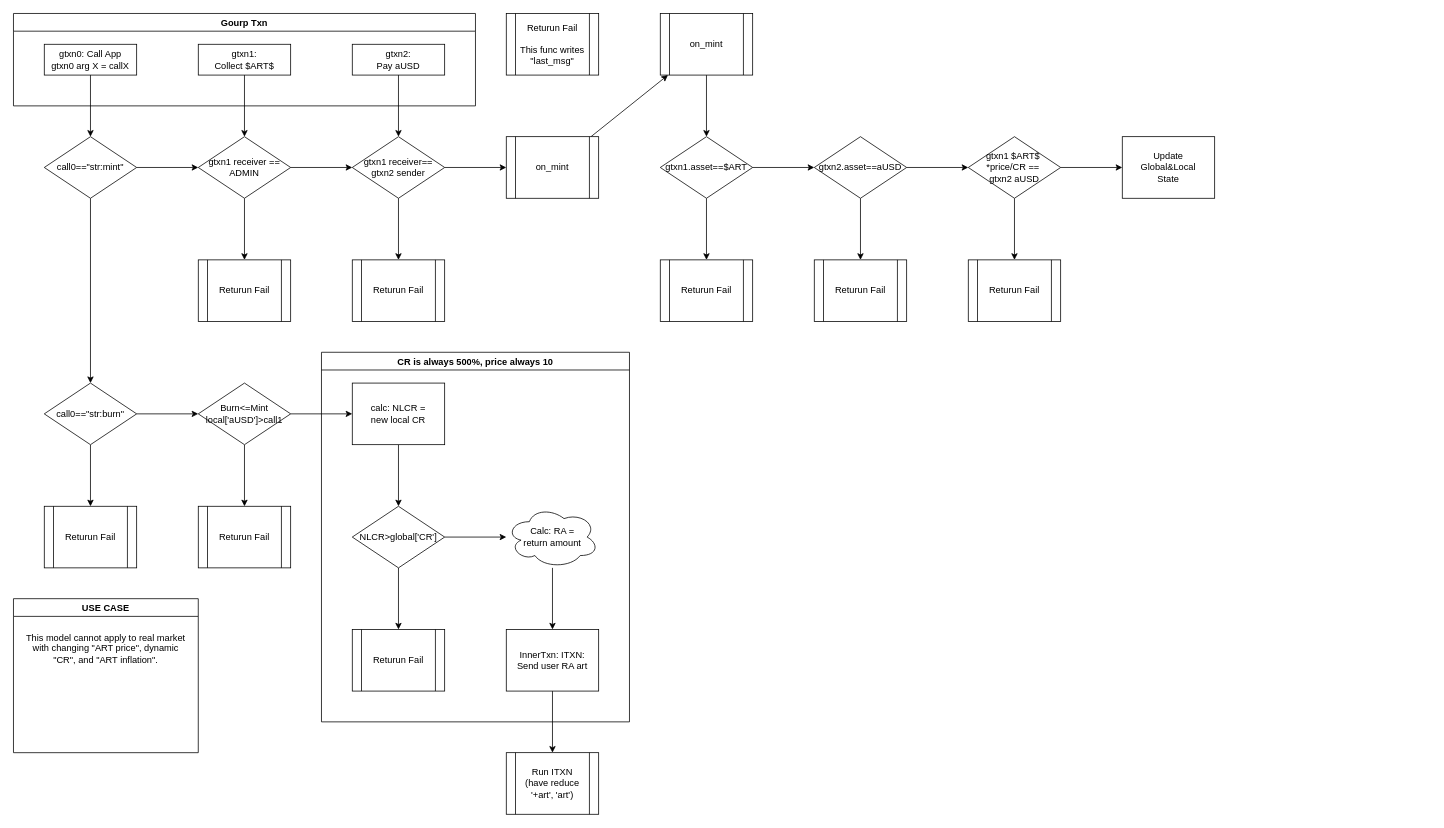
Above: docs/algorand-art-mint-SC.drawio in Artcoin-Network/artificial-algorand-contract (draw.io), before the change. Source tidied: cells renumbered, new cells numbered last; positions are measured from the earlier drawing's top-left corner, leaving out a move shared by most shapes. Both pictures are drawn from the tidied source at 77%, with x=0, y=0 at pixel (13, 13).
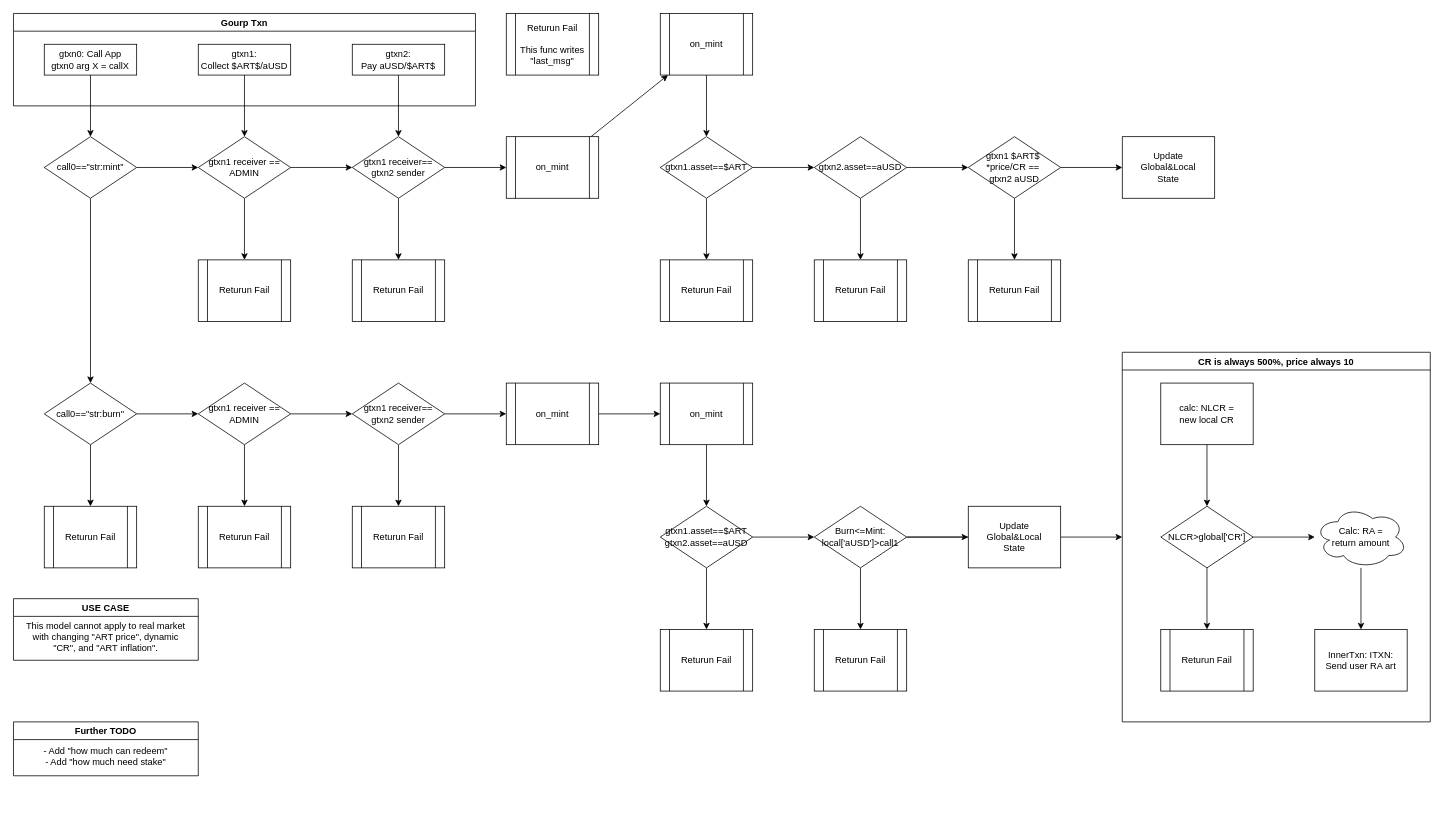
The same page after the edit.

Commit message (it also covers changes not shown here):
feat,test: finish burn functionality with test

Unchanged cells that the change refers to:
```xml
<mxCell id="2" value="Gourp Txn" style="swimlane;" parent="1" vertex="1">
  <mxGeometry width="600" height="120" as="geometry" />
</mxCell>
<mxCell id="12" value="call0==&quot;str:burn&quot;" style="rhombus;whiteSpace=wrap;html=1;" parent="1" vertex="1">
  <mxGeometry x="40" y="480" width="120" height="80" as="geometry" />
</mxCell>
```

The edit, as a diff of the source:
```diff
@@
-    <mxCell id="4" value="gtxn1:&lt;br&gt;Collect $ART$" style="rounded=0;whiteSpace=wrap;html=1;" parent="2" vertex="1">
+    <mxCell id="4" value="gtxn1:&lt;br&gt;Collect $ART$/aUSD" style="rounded=0;whiteSpace=wrap;html=1;" parent="2" vertex="1">
       <mxGeometry x="240" y="40" width="120" height="40" as="geometry" />
     </mxCell>
-    <mxCell id="5" value="gtxn2:&lt;br&gt;Pay aUSD" style="rounded=0;whiteSpace=wrap;html=1;" parent="2" vertex="1">
+    <mxCell id="5" value="gtxn2:&lt;br&gt;Pay aUSD/$ART$" style="rounded=0;whiteSpace=wrap;html=1;" parent="2" vertex="1">
       <mxGeometry x="440" y="40" width="120" height="40" as="geometry" />
     </mxCell>
@@
-    <mxCell id="10" style="edgeStyle=none;html=1;" parent="1" edge="1" source="12" target="16">
+    <mxCell id="10" style="edgeStyle=none;html=1;" parent="1" edge="1" source="12" target="67">
       <mxGeometry relative="1" as="geometry" />
     </mxCell>
@@
-    <mxCell id="14" style="edgeStyle=none;html=1;" parent="1" edge="1" source="16" target="28">
-      <mxGeometry relative="1" as="geometry" />
-    </mxCell>
@@
+    <mxCell id="60" style="edgeStyle=none;html=1;startArrow=none;" parent="1" edge="1" source="79" target="32">
+      <mxGeometry relative="1" as="geometry" />
+    </mxCell>
+    <mxCell id="61" style="edgeStyle=none;html=1;" parent="1" edge="1" source="16" target="79">
+      <mxGeometry relative="1" as="geometry" />
+    </mxCell>
-    <mxCell id="16" value="Burn&amp;lt;=Mint&lt;br&gt;local['aUSD']&amp;gt;call1" style="rhombus;whiteSpace=wrap;html=1;" parent="1" vertex="1">
-      <mxGeometry x="240" y="480" width="120" height="80" as="geometry" />
+    <mxCell id="16" value="Burn&amp;lt;=Mint:&lt;br&gt;local['aUSD']&amp;gt;call1" style="rhombus;whiteSpace=wrap;html=1;" parent="1" vertex="1">
+      <mxGeometry x="1040" y="640" width="120" height="80" as="geometry" />
     </mxCell>
-    <mxCell id="17" style="edgeStyle=none;html=1;" parent="1" edge="1" source="28" target="21">
-      <mxGeometry relative="1" as="geometry" />
-    </mxCell>
     <mxCell id="18" value="Returun Fail" style="shape=process;whiteSpace=wrap;html=1;backgroundOutline=1;" parent="1" vertex="1">
-      <mxGeometry x="240" y="640" width="120" height="80" as="geometry" />
+      <mxGeometry x="1040" y="800" width="120" height="80" as="geometry" />
     </mxCell>
-    <mxCell id="19" style="edgeStyle=none;html=1;" parent="1" edge="1" source="21" target="22">
-      <mxGeometry relative="1" as="geometry" />
-    </mxCell>
-    <mxCell id="20" style="edgeStyle=none;html=1;" parent="1" edge="1" source="21" target="24">
-      <mxGeometry relative="1" as="geometry" />
-    </mxCell>
-    <mxCell id="21" value="NLCR&amp;gt;global['CR']" style="rhombus;whiteSpace=wrap;html=1;" parent="1" vertex="1">
-      <mxGeometry x="440" y="640" width="120" height="80" as="geometry" />
-    </mxCell>
-    <mxCell id="22" value="Returun Fail" style="shape=process;whiteSpace=wrap;html=1;backgroundOutline=1;" parent="1" vertex="1">
-      <mxGeometry x="440" y="800" width="120" height="80" as="geometry" />
-    </mxCell>
-    <mxCell id="23" style="edgeStyle=none;html=1;" parent="1" edge="1" source="24" target="26">
-      <mxGeometry relative="1" as="geometry" />
-    </mxCell>
-    <mxCell id="24" value="Calc: RA =&lt;br&gt;return amount" style="ellipse;shape=cloud;whiteSpace=wrap;html=1;" parent="1" vertex="1">
-      <mxGeometry x="640" y="640" width="120" height="80" as="geometry" />
-    </mxCell>
-    <mxCell id="25" style="edgeStyle=none;html=1;" parent="1" edge="1" source="26" target="27">
-      <mxGeometry relative="1" as="geometry" />
-    </mxCell>
-    <mxCell id="26" value="InnerTxn: ITXN:&lt;br&gt;Send user RA art" style="rounded=0;whiteSpace=wrap;html=1;" parent="1" vertex="1">
-      <mxGeometry x="640" y="800" width="120" height="80" as="geometry" />
-    </mxCell>
-    <mxCell id="27" value="Run ITXN&lt;br&gt;(have reduce '+art', 'art')" style="shape=process;whiteSpace=wrap;html=1;backgroundOutline=1;" parent="1" vertex="1">
-      <mxGeometry x="640" y="960" width="120" height="80" as="geometry" />
-    </mxCell>
-    <mxCell id="28" value="&lt;div&gt;calc: NLCR =&lt;/div&gt;&lt;div&gt;new local CR&lt;/div&gt;" style="rounded=0;whiteSpace=wrap;html=1;" parent="1" vertex="1">
-      <mxGeometry x="440" y="480" width="120" height="80" as="geometry" />
-    </mxCell>
@@
     <mxCell id="30" value="USE CASE" style="swimlane;" parent="1" vertex="1">
-      <mxGeometry y="760" width="240" height="200" as="geometry" />
+      <mxGeometry y="760" width="240" height="80" as="geometry" />
     </mxCell>
     <mxCell id="31" value="This model cannot apply to real market with changing &quot;ART price&quot;, dynamic &quot;CR&quot;, and &quot;ART inflation&quot;." style="text;html=1;strokeColor=none;fillColor=none;align=center;verticalAlign=middle;whiteSpace=wrap;rounded=0;" parent="30" vertex="1">
-      <mxGeometry x="10" y="30" width="220" height="70" as="geometry" />
+      <mxGeometry x="10" y="30" width="220" height="40" as="geometry" />
     </mxCell>
     <mxCell id="32" value="CR is always 500%, price always 10" style="swimlane;" parent="1" vertex="1">
-      <mxGeometry x="400" y="440" width="400" height="480" as="geometry" />
+      <mxGeometry x="1440" y="440" width="400" height="480" as="geometry" />
     </mxCell>
+    <mxCell id="21" value="NLCR&amp;gt;global['CR']" style="rhombus;whiteSpace=wrap;html=1;" parent="32" vertex="1">
+      <mxGeometry x="50" y="200" width="120" height="80" as="geometry" />
+    </mxCell>
+    <mxCell id="22" value="Returun Fail" style="shape=process;whiteSpace=wrap;html=1;backgroundOutline=1;" parent="32" vertex="1">
+      <mxGeometry x="50" y="360" width="120" height="80" as="geometry" />
+    </mxCell>
+    <mxCell id="19" style="edgeStyle=none;html=1;" parent="32" edge="1" source="21" target="22">
+      <mxGeometry relative="1" as="geometry" />
+    </mxCell>
+    <mxCell id="24" value="Calc: RA =&lt;br&gt;return amount" style="ellipse;shape=cloud;whiteSpace=wrap;html=1;" parent="32" vertex="1">
+      <mxGeometry x="250" y="200" width="120" height="80" as="geometry" />
+    </mxCell>
+    <mxCell id="20" style="edgeStyle=none;html=1;" parent="32" edge="1" source="21" target="24">
+      <mxGeometry relative="1" as="geometry" />
+    </mxCell>
+    <mxCell id="26" value="InnerTxn: ITXN:&lt;br&gt;Send user RA art" style="rounded=0;whiteSpace=wrap;html=1;" parent="32" vertex="1">
+      <mxGeometry x="250" y="360" width="120" height="80" as="geometry" />
+    </mxCell>
+    <mxCell id="23" style="edgeStyle=none;html=1;" parent="32" edge="1" source="24" target="26">
+      <mxGeometry relative="1" as="geometry" />
+    </mxCell>
+    <mxCell id="28" value="&lt;div&gt;calc: NLCR =&lt;/div&gt;&lt;div&gt;new local CR&lt;/div&gt;" style="rounded=0;whiteSpace=wrap;html=1;" parent="32" vertex="1">
+      <mxGeometry x="50" y="40" width="120" height="80" as="geometry" />
+    </mxCell>
+    <mxCell id="17" style="edgeStyle=none;html=1;" parent="32" edge="1" source="28" target="21">
+      <mxGeometry relative="1" as="geometry" />
+    </mxCell>
@@
+    <mxCell id="62" value="Further TODO" style="swimlane;" parent="1" vertex="1">
+      <mxGeometry y="920" width="240" height="70" as="geometry" />
+    </mxCell>
+    <mxCell id="63" value="- Add &quot;how much can redeem&quot;&lt;br&gt;- Add &quot;how much need stake&quot;" style="text;html=1;strokeColor=none;fillColor=none;align=center;verticalAlign=middle;whiteSpace=wrap;rounded=0;" parent="62" vertex="1">
+      <mxGeometry x="10" y="30" width="220" height="30" as="geometry" />
+    </mxCell>
+    <mxCell id="64" value="Returun Fail" style="shape=process;whiteSpace=wrap;html=1;backgroundOutline=1;" parent="1" vertex="1">
+      <mxGeometry x="240" y="640" width="120" height="80" as="geometry" />
+    </mxCell>
+    <mxCell id="65" style="edgeStyle=none;html=1;" parent="1" edge="1" source="67" target="64">
+      <mxGeometry relative="1" as="geometry" />
+    </mxCell>
+    <mxCell id="66" style="edgeStyle=none;html=1;" parent="1" edge="1" source="67" target="70">
+      <mxGeometry relative="1" as="geometry" />
+    </mxCell>
+    <mxCell id="67" value="&lt;span&gt;gtxn1 receiver ==&lt;/span&gt;&lt;br&gt;&lt;span&gt;ADMIN&lt;/span&gt;" style="rhombus;whiteSpace=wrap;html=1;" parent="1" vertex="1">
+      <mxGeometry x="240" y="480" width="120" height="80" as="geometry" />
+    </mxCell>
+    <mxCell id="68" style="edgeStyle=none;html=1;" parent="1" edge="1" source="70" target="71">
+      <mxGeometry relative="1" as="geometry" />
+    </mxCell>
+    <mxCell id="69" style="edgeStyle=none;html=1;" parent="1" edge="1" source="70" target="73">
+      <mxGeometry relative="1" as="geometry" />
+    </mxCell>
+    <mxCell id="70" value="gtxn1 receiver==&lt;br&gt;gtxn2 sender" style="rhombus;whiteSpace=wrap;html=1;" parent="1" vertex="1">
+      <mxGeometry x="440" y="480" width="120" height="80" as="geometry" />
+    </mxCell>
+    <mxCell id="71" value="Returun Fail" style="shape=process;whiteSpace=wrap;html=1;backgroundOutline=1;" parent="1" vertex="1">
+      <mxGeometry x="440" y="640" width="120" height="80" as="geometry" />
+    </mxCell>
+    <mxCell id="72" style="edgeStyle=none;html=1;" parent="1" edge="1" source="73" target="75">
+      <mxGeometry relative="1" as="geometry" />
+    </mxCell>
+    <mxCell id="73" value="on_mint" style="shape=process;whiteSpace=wrap;html=1;backgroundOutline=1;" parent="1" vertex="1">
+      <mxGeometry x="640" y="480" width="120" height="80" as="geometry" />
+    </mxCell>
+    <mxCell id="74" style="edgeStyle=none;html=1;" parent="1" edge="1" source="75" target="78">
+      <mxGeometry relative="1" as="geometry" />
+    </mxCell>
+    <mxCell id="75" value="on_mint" style="shape=process;whiteSpace=wrap;html=1;backgroundOutline=1;" parent="1" vertex="1">
+      <mxGeometry x="840" y="480" width="120" height="80" as="geometry" />
+    </mxCell>
+    <mxCell id="76" style="edgeStyle=none;html=1;" parent="1" edge="1" source="78" target="16">
+      <mxGeometry relative="1" as="geometry" />
+    </mxCell>
+    <mxCell id="77" style="edgeStyle=none;html=1;" parent="1" edge="1" source="78" target="81">
+      <mxGeometry relative="1" as="geometry" />
+    </mxCell>
+    <mxCell id="78" value="&lt;span&gt;gtxn1.asset==$ART&lt;br&gt;&lt;/span&gt;gtxn2.asset==aUSD&lt;span&gt;&lt;br&gt;&lt;/span&gt;" style="rhombus;whiteSpace=wrap;html=1;" parent="1" vertex="1">
+      <mxGeometry x="840" y="640" width="120" height="80" as="geometry" />
+    </mxCell>
+    <mxCell id="79" value="Update&lt;br&gt;Global&amp;amp;Local&lt;br&gt;State" style="rounded=0;whiteSpace=wrap;html=1;" parent="1" vertex="1">
+      <mxGeometry x="1240" y="640" width="120" height="80" as="geometry" />
+    </mxCell>
+    <mxCell id="80" style="edgeStyle=none;html=1;endArrow=none;" parent="1" edge="1" source="16" target="79">
+      <mxGeometry relative="1" as="geometry" />
+    </mxCell>
+    <mxCell id="81" value="Returun Fail" style="shape=process;whiteSpace=wrap;html=1;backgroundOutline=1;" parent="1" vertex="1">
+      <mxGeometry x="840" y="800" width="120" height="80" as="geometry" />
+    </mxCell>
```
